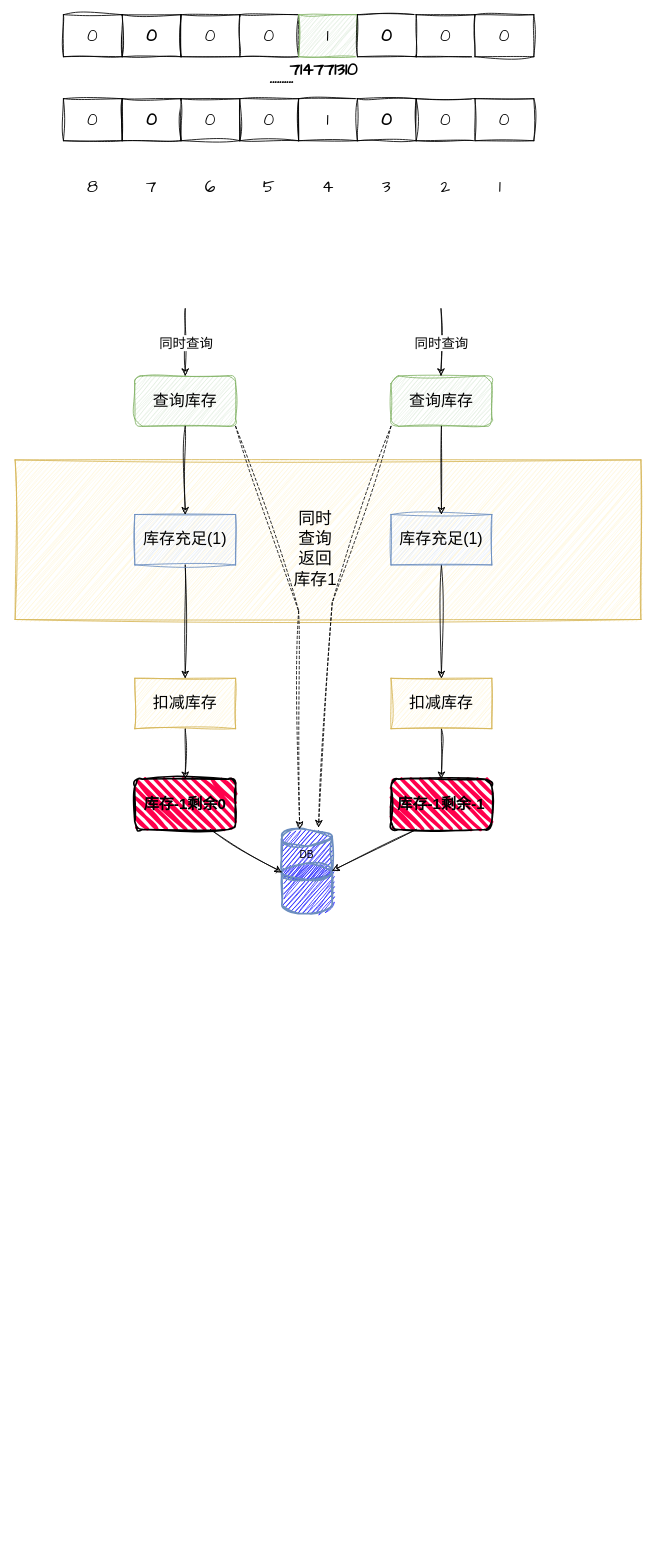
The draw.io diagram 未命名绘图.drawio in codingpaidaxing/draw, before the edit. Source tidied: cells renumbered, new cells numbered last; positions are measured from the earlier drawing's top-left corner, leaving out a move shared by most shapes. Both pictures are drawn from the tidied source at 84%, with x=0, y=0 at pixel (14, 14).
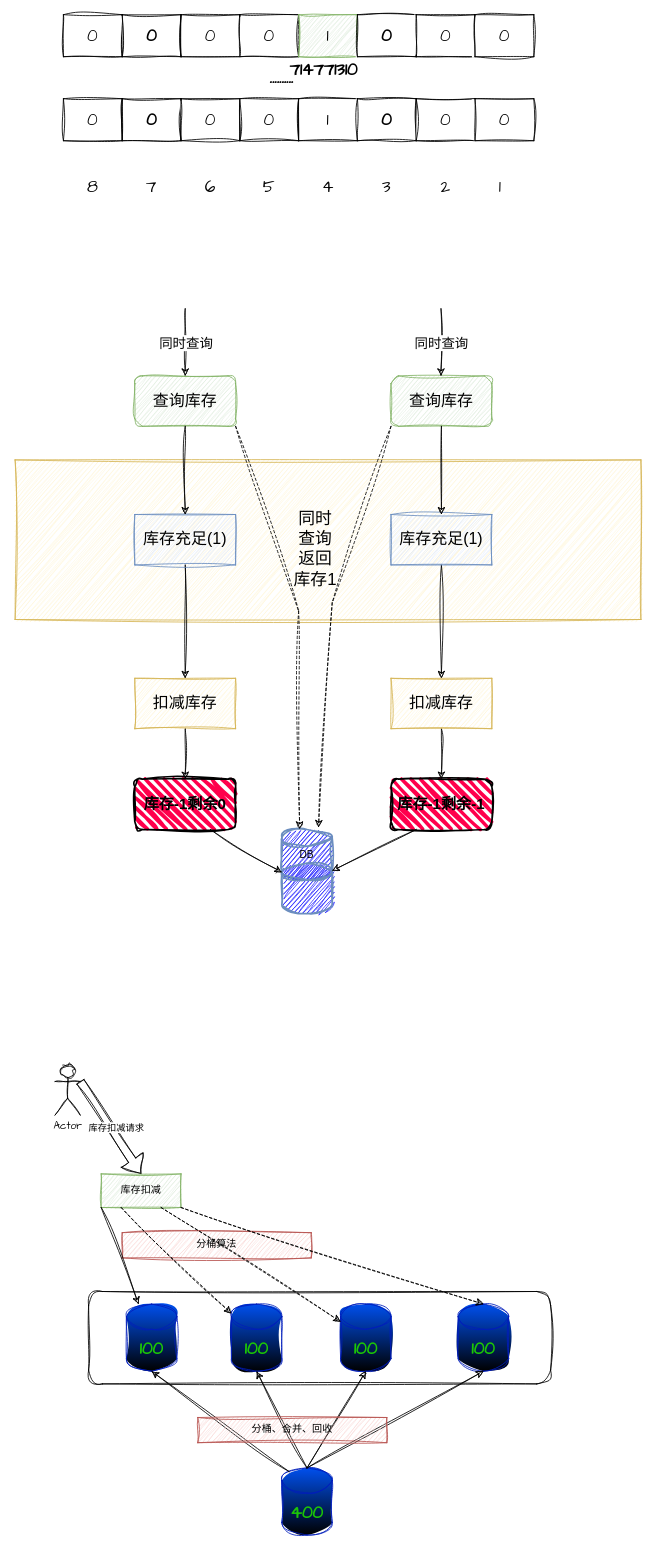
Above is the later version.

Commit message:
更新未命名绘图.drawio

Change to the diagram source:
```diff
@@
+    <mxCell id="54" style="shape=flexArrow;endArrow=classic;html=1;rounded=0;sketch=1;curveFitting=1;jiggle=2;entryX=0.5;entryY=0;entryDx=0;entryDy=0;exitX=1;exitY=0.3333333333333333;exitDx=0;exitDy=0;exitPerimeter=0;" parent="1" edge="1" source="73" target="56">
+      <mxGeometry relative="1" as="geometry" />
+    </mxCell>
+    <mxCell id="55" value="库存扣减请求" style="edgeLabel;html=1;align=center;verticalAlign=middle;" parent="54" vertex="1">
+      <mxGeometry x="0.04" y="6" relative="1" as="geometry" />
+    </mxCell>
+    <mxCell id="56" value="库存扣减" style="rounded=0;whiteSpace=wrap;html=1;sketch=1;hachureGap=4;jiggle=2;curveFitting=1;fontFamily=Architects Daughter;fillColor=#d5e8d4;strokeColor=#82b366;" parent="1" vertex="1">
+      <mxGeometry x="103" y="1380" width="95" height="40" as="geometry" />
+    </mxCell>
+    <mxCell id="57" value="分桶算法" style="rounded=0;whiteSpace=wrap;html=1;sketch=1;hachureGap=4;jiggle=2;curveFitting=1;fontFamily=Architects Daughter;fillColor=#f8cecc;strokeColor=#b85450;" parent="1" vertex="1">
+      <mxGeometry x="128" y="1450" width="225" height="30" as="geometry" />
+    </mxCell>
+    <mxCell id="58" style="rounded=1;whiteSpace=wrap;html=1;sketch=1;hachureGap=4;jiggle=2;curveFitting=1;fontFamily=Architects Daughter;" parent="1" vertex="1">
+      <mxGeometry x="88" y="1520" width="550" height="110" as="geometry" />
+    </mxCell>
+    <mxCell id="59" value="&lt;b&gt;&lt;font style=&quot;font-size: 20px;&quot; color=&quot;#1cc606&quot;&gt;100&lt;/font&gt;&lt;/b&gt;" style="shape=cylinder3;whiteSpace=wrap;html=1;boundedLbl=1;backgroundOutline=1;size=15;sketch=1;hachureGap=4;jiggle=2;curveFitting=1;fontFamily=Architects Daughter;fillColor=#0050ef;strokeColor=#001DBC;fontColor=#ffffff;gradientColor=default;" parent="1" vertex="1">
+      <mxGeometry x="133" y="1535" width="60" height="80" as="geometry" />
+    </mxCell>
+    <mxCell id="60" value="&lt;b&gt;&lt;font style=&quot;font-size: 20px;&quot; color=&quot;#1cc606&quot;&gt;100&lt;/font&gt;&lt;/b&gt;" style="shape=cylinder3;whiteSpace=wrap;html=1;boundedLbl=1;backgroundOutline=1;size=15;sketch=1;hachureGap=4;jiggle=2;curveFitting=1;fontFamily=Architects Daughter;fillColor=#0050ef;fontColor=#ffffff;strokeColor=#001DBC;gradientColor=default;" parent="1" vertex="1">
+      <mxGeometry x="258" y="1535" width="60" height="80" as="geometry" />
+    </mxCell>
+    <mxCell id="61" value="&lt;b&gt;&lt;font style=&quot;font-size: 20px;&quot; color=&quot;#1cc606&quot;&gt;100&lt;/font&gt;&lt;/b&gt;" style="shape=cylinder3;whiteSpace=wrap;html=1;boundedLbl=1;backgroundOutline=1;size=15;sketch=1;hachureGap=4;jiggle=2;curveFitting=1;fontFamily=Architects Daughter;fillColor=#0050ef;fontColor=#ffffff;strokeColor=#001DBC;gradientColor=default;" parent="1" vertex="1">
+      <mxGeometry x="388" y="1535" width="60" height="80" as="geometry" />
+    </mxCell>
+    <mxCell id="62" value="&lt;b&gt;&lt;font style=&quot;font-size: 20px;&quot; color=&quot;#1cc606&quot;&gt;100&lt;/font&gt;&lt;/b&gt;" style="shape=cylinder3;whiteSpace=wrap;html=1;boundedLbl=1;backgroundOutline=1;size=15;sketch=1;hachureGap=4;jiggle=2;curveFitting=1;fontFamily=Architects Daughter;fillColor=#0050ef;fontColor=#ffffff;strokeColor=#001DBC;gradientColor=default;" parent="1" vertex="1">
+      <mxGeometry x="528" y="1535" width="60" height="80" as="geometry" />
+    </mxCell>
+    <mxCell id="63" value="&lt;b&gt;&lt;font style=&quot;font-size: 20px;&quot; color=&quot;#1cc606&quot;&gt;400&lt;/font&gt;&lt;/b&gt;" style="shape=cylinder3;whiteSpace=wrap;html=1;boundedLbl=1;backgroundOutline=1;size=15;sketch=1;hachureGap=4;jiggle=2;curveFitting=1;fontFamily=Architects Daughter;fillColor=#0050ef;fontColor=#ffffff;strokeColor=#001DBC;gradientColor=default;" parent="1" vertex="1">
+      <mxGeometry x="318" y="1730" width="60" height="80" as="geometry" />
+    </mxCell>
+    <mxCell id="64" style="rounded=0;sketch=1;hachureGap=4;jiggle=2;curveFitting=1;jettySize=auto;html=1;exitX=0.145;exitY=0;exitDx=0;exitDy=4.35;exitPerimeter=0;entryX=0.5;entryY=1;entryDx=0;entryDy=0;entryPerimeter=0;fontFamily=Architects Daughter;" parent="1" edge="1" source="63" target="59">
+      <mxGeometry relative="1" as="geometry" />
+    </mxCell>
+    <mxCell id="65" style="rounded=0;sketch=1;hachureGap=4;jiggle=2;curveFitting=1;jettySize=auto;html=1;exitX=0.5;exitY=0;exitDx=0;exitDy=0;exitPerimeter=0;entryX=0.5;entryY=1;entryDx=0;entryDy=0;entryPerimeter=0;fontFamily=Architects Daughter;" parent="1" edge="1" source="63" target="60">
+      <mxGeometry relative="1" as="geometry" />
+    </mxCell>
+    <mxCell id="66" style="rounded=0;sketch=1;hachureGap=4;jiggle=2;curveFitting=1;jettySize=auto;html=1;exitX=0.5;exitY=0;exitDx=0;exitDy=0;exitPerimeter=0;entryX=0.5;entryY=1;entryDx=0;entryDy=0;entryPerimeter=0;fontFamily=Architects Daughter;" parent="1" edge="1" source="63" target="61">
+      <mxGeometry relative="1" as="geometry" />
+    </mxCell>
+    <mxCell id="67" style="rounded=0;sketch=1;hachureGap=4;jiggle=2;curveFitting=1;jettySize=auto;html=1;exitX=0.5;exitY=0;exitDx=0;exitDy=0;exitPerimeter=0;entryX=0.5;entryY=1;entryDx=0;entryDy=0;entryPerimeter=0;fontFamily=Architects Daughter;" parent="1" edge="1" source="63" target="62">
+      <mxGeometry relative="1" as="geometry" />
+    </mxCell>
+    <mxCell id="68" value="分桶、合并、回收" style="rounded=0;whiteSpace=wrap;html=1;sketch=1;hachureGap=4;jiggle=2;curveFitting=1;fontFamily=Architects Daughter;fillColor=#f8cecc;strokeColor=#b85450;" parent="1" vertex="1">
+      <mxGeometry x="218" y="1670" width="225" height="30" as="geometry" />
+    </mxCell>
+    <mxCell id="69" style="rounded=0;sketch=1;hachureGap=4;jiggle=2;curveFitting=1;jettySize=auto;html=1;exitX=0;exitY=1;exitDx=0;exitDy=0;fontFamily=Architects Daughter;" parent="1" edge="1" source="56" target="59">
+      <mxGeometry relative="1" as="geometry" />
+    </mxCell>
+    <mxCell id="70" style="rounded=0;sketch=1;hachureGap=4;jiggle=2;curveFitting=1;jettySize=auto;html=1;exitX=0.25;exitY=1;exitDx=0;exitDy=0;fontFamily=Architects Daughter;dashed=1;" parent="1" edge="1" source="56" target="60">
+      <mxGeometry relative="1" as="geometry" />
+    </mxCell>
+    <mxCell id="71" style="rounded=0;sketch=1;hachureGap=4;jiggle=2;curveFitting=1;jettySize=auto;html=1;exitX=0.75;exitY=1;exitDx=0;exitDy=0;fontFamily=Architects Daughter;dashed=1;" parent="1" edge="1" source="56" target="61">
+      <mxGeometry relative="1" as="geometry" />
+    </mxCell>
+    <mxCell id="72" style="rounded=0;sketch=1;hachureGap=4;jiggle=2;curveFitting=1;jettySize=auto;html=1;exitX=1;exitY=1;exitDx=0;exitDy=0;entryX=0.5;entryY=0;entryDx=0;entryDy=0;entryPerimeter=0;fontFamily=Architects Daughter;dashed=1;" parent="1" edge="1" source="56" target="62">
+      <mxGeometry relative="1" as="geometry" />
+    </mxCell>
+    <mxCell id="73" value="Actor" style="shape=umlActor;verticalLabelPosition=bottom;verticalAlign=top;html=1;outlineConnect=0;sketch=1;hachureGap=4;jiggle=2;curveFitting=1;fontFamily=Architects Daughter;" parent="1" vertex="1">
+      <mxGeometry x="48" y="1250" width="30" height="60" as="geometry" />
+    </mxCell>
```
